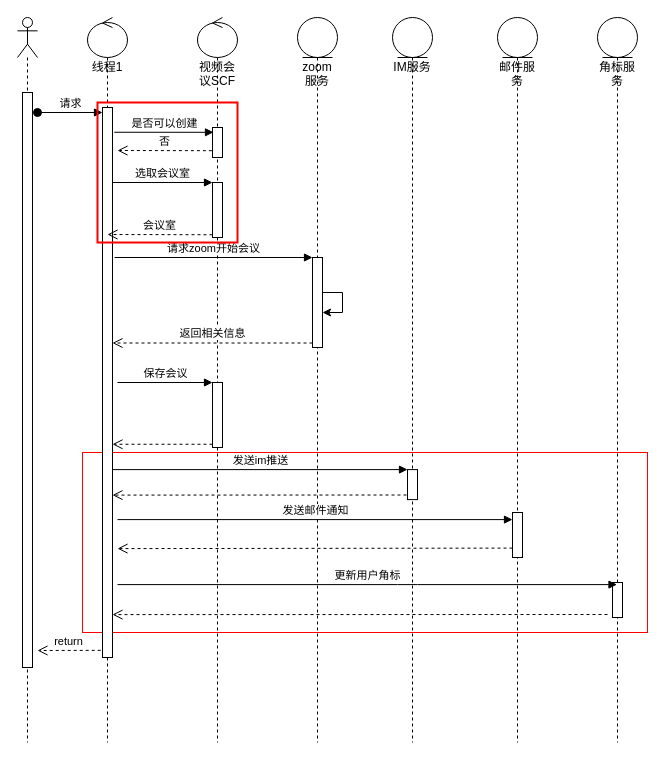
nullbull/uml keeps this draw.io diagram as page "第 3 页" (3 of 5) of shuzhi.drawio. Above is the earlier version. Source tidied: cells renumbered, new cells numbered last; positions are measured from the earlier drawing's top-left corner, leaving out a move shared by most shapes. Both pictures are drawn from the tidied source at 100%, with x=0, y=0 at pixel (17, 17).
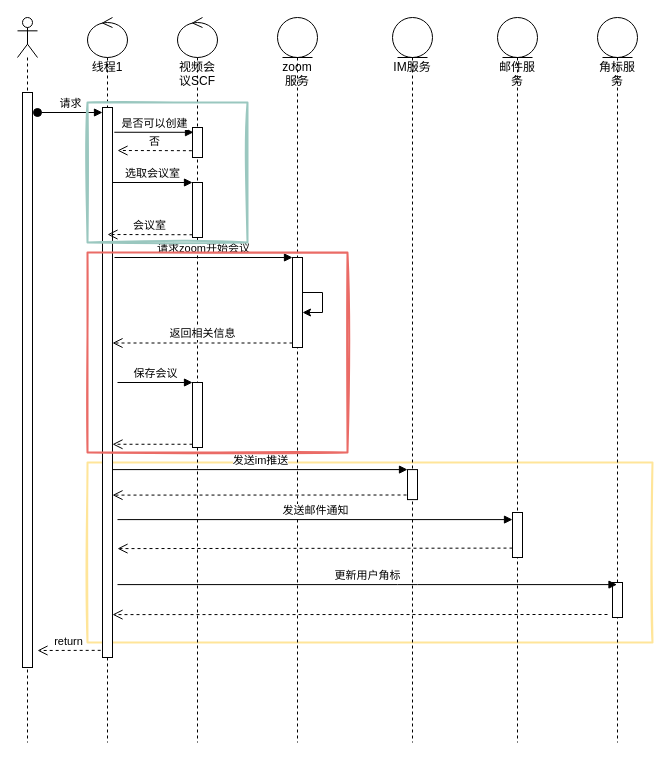
After the change.

The change refers to these unchanged cells:
```xml
<mxCell id="10" style="html=1;points=[];perimeter=orthogonalPerimeter;" parent="7" vertex="1">
  <mxGeometry x="15" y="365" width="10" height="65" as="geometry" />
</mxCell>
```

Change to the diagram source:
```diff
@@
-    <mxCell id="2" style="rounded=0;whiteSpace=wrap;html=1;strokeColor=#FF0000;fillColor=none;" parent="1" vertex="1">
-      <mxGeometry x="65" y="435" width="565" height="180" as="geometry" />
+    <mxCell id="2" style="rounded=0;whiteSpace=wrap;html=1;fillColor=none;strokeWidth=2;strokeColor=#FFE599;sketch=1;glass=1;" parent="1" vertex="1">
+      <mxGeometry x="70" y="445" width="565" height="180" as="geometry" />
     </mxCell>
@@
     <mxCell id="7" value="视频会议SCF" style="shape=umlLifeline;participant=umlControl;perimeter=lifelinePerimeter;whiteSpace=wrap;html=1;verticalAlign=top;spacingTop=36;" parent="1" vertex="1">
-      <mxGeometry x="180" width="40" height="725" as="geometry" />
+      <mxGeometry x="160" width="40" height="725" as="geometry" />
     </mxCell>
@@
     <mxCell id="11" value="保存会议" style="html=1;verticalAlign=bottom;endArrow=block;entryX=0;entryY=0;" parent="7" edge="1" target="10">
       <mxGeometry relative="1" as="geometry">
-        <mxPoint x="-80" y="365" as="sourcePoint" />
+        <mxPoint x="-60" y="365" as="sourcePoint" />
       </mxGeometry>
     </mxCell>
@@
     <mxCell id="13" value="zoom服务" style="shape=umlLifeline;participant=umlEntity;perimeter=lifelinePerimeter;whiteSpace=wrap;html=1;verticalAlign=top;spacingTop=36;" parent="1" vertex="1">
-      <mxGeometry x="280" width="40" height="725" as="geometry" />
+      <mxGeometry x="260" width="40" height="725" as="geometry" />
     </mxCell>
@@
-    <mxCell id="36" style="whiteSpace=wrap;html=1;strokeColor=#FF0000;fillColor=none;strokeWidth=2;" parent="1" vertex="1">
-      <mxGeometry x="80" y="85" width="140" height="140" as="geometry" />
-    </mxCell>
+    <mxCell id="37" style="rounded=0;whiteSpace=wrap;html=1;strokeWidth=2;fillColor=none;strokeColor=#9AC7BF;sketch=1;" parent="1" vertex="1">
+      <mxGeometry x="70" y="85" width="160" height="140" as="geometry" />
+    </mxCell>
+    <mxCell id="38" style="rounded=0;whiteSpace=wrap;html=1;strokeWidth=2;fillColor=none;strokeColor=#EA6B66;sketch=1;" parent="1" vertex="1">
+      <mxGeometry x="70" y="235" width="260" height="200" as="geometry" />
+    </mxCell>
```
